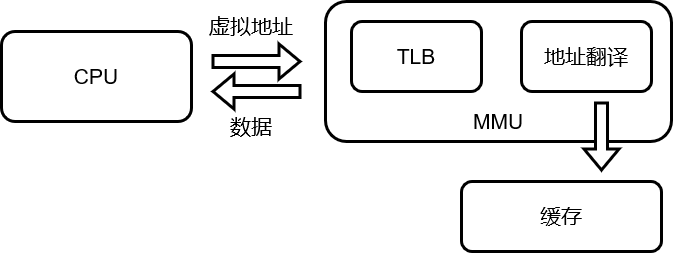
Before: latex/paper/figures/mem_structrue.png, a diagram exported from draw.io (toughpig/paper). Source tidied: cells renumbered, new cells last; positions are measured from the earlier drawing's top-left corner, leaving out a move shared by most shapes. The source it was exported from:
```xml
<mxGraphModel>
  <root>
    <mxCell id="0" />
    <mxCell id="1" parent="0" />
    <mxCell id="2" value="CPU" style="rounded=1;whiteSpace=wrap;html=1;strokeWidth=3;fontSize=21;" parent="1" vertex="1">
      <mxGeometry y="30" width="190" height="90" as="geometry" />
    </mxCell>
    <mxCell id="3" style="shape=flexArrow;endArrow=classic;html=1;rounded=0;fontSize=21;strokeWidth=3;" parent="1" edge="1">
      <mxGeometry relative="1" as="geometry">
        <mxPoint x="210" y="60" as="sourcePoint" />
        <mxPoint x="300" y="60" as="targetPoint" />
      </mxGeometry>
    </mxCell>
    <mxCell id="4" style="shape=flexArrow;endArrow=classic;html=1;rounded=0;fontSize=21;strokeWidth=3;" parent="1" edge="1">
      <mxGeometry relative="1" as="geometry">
        <mxPoint x="300" y="90" as="sourcePoint" />
        <mxPoint x="210" y="90" as="targetPoint" />
      </mxGeometry>
    </mxCell>
    <mxCell id="5" value="虚拟地址" style="rounded=1;whiteSpace=wrap;html=1;strokeWidth=3;fontSize=21;fillOpacity=0;opacity=0;" parent="1" vertex="1">
      <mxGeometry x="190" width="120" height="50" as="geometry" />
    </mxCell>
    <mxCell id="6" value="数据" style="rounded=1;whiteSpace=wrap;html=1;strokeWidth=3;fontSize=21;fillOpacity=0;opacity=0;" parent="1" vertex="1">
      <mxGeometry x="190" y="100" width="120" height="50" as="geometry" />
    </mxCell>
    <mxCell id="7" value="&lt;div&gt;&lt;br&gt;&lt;/div&gt;&lt;div&gt;&lt;br&gt;&lt;/div&gt;&lt;div&gt;&lt;br&gt;&lt;/div&gt;&lt;div&gt;&lt;br&gt;&lt;/div&gt;&lt;div&gt;MMU&lt;br&gt;&lt;/div&gt;" style="rounded=1;whiteSpace=wrap;html=1;strokeWidth=3;fontSize=21;" parent="1" vertex="1">
      <mxGeometry x="324" width="346" height="140" as="geometry" />
    </mxCell>
    <mxCell id="8" value="TLB" style="rounded=1;whiteSpace=wrap;html=1;strokeWidth=3;fontSize=21;" parent="1" vertex="1">
      <mxGeometry x="350" y="20" width="130" height="70" as="geometry" />
    </mxCell>
    <mxCell id="9" value="地址翻译" style="rounded=1;whiteSpace=wrap;html=1;strokeWidth=3;fontSize=21;" parent="1" vertex="1">
      <mxGeometry x="520" y="20" width="130" height="70" as="geometry" />
    </mxCell>
    <mxCell id="10" value="缓存" style="rounded=1;whiteSpace=wrap;html=1;strokeWidth=3;fontSize=21;" parent="1" vertex="1">
      <mxGeometry x="460" y="180" width="200" height="70" as="geometry" />
    </mxCell>
    <mxCell id="11" style="shape=flexArrow;endArrow=classic;html=1;rounded=0;fontSize=21;strokeWidth=3;fillColor=default;" parent="1" edge="1">
      <mxGeometry relative="1" as="geometry">
        <mxPoint x="600" y="100" as="sourcePoint" />
        <mxPoint x="600" y="170" as="targetPoint" />
      </mxGeometry>
    </mxCell>
  </root>
</mxGraphModel>
```
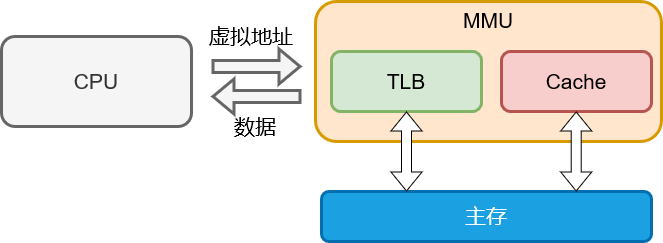
The same diagram one commit later.

Change to the diagram source:
```diff
@@ -2,44 +2,49 @@
   <root>
     <mxCell id="0" />
     <mxCell id="1" parent="0" />
-    <mxCell id="2" value="CPU" style="rounded=1;whiteSpace=wrap;html=1;strokeWidth=3;fontSize=21;" parent="1" vertex="1">
-      <mxGeometry y="30" width="190" height="90" as="geometry" />
+    <mxCell id="2" value="CPU" style="rounded=1;whiteSpace=wrap;html=1;strokeWidth=3;fontSize=21;fillColor=#f5f5f5;fontColor=#333333;strokeColor=#666666;" parent="1" vertex="1">
+      <mxGeometry x="10" y="15" width="190" height="90" as="geometry" />
     </mxCell>
-    <mxCell id="3" style="shape=flexArrow;endArrow=classic;html=1;rounded=0;fontSize=21;strokeWidth=3;" parent="1" edge="1">
+    <mxCell id="3" style="shape=flexArrow;endArrow=classic;html=1;rounded=0;fontSize=21;strokeWidth=3;fillColor=#f5f5f5;strokeColor=#666666;" parent="1" edge="1">
       <mxGeometry relative="1" as="geometry">
-        <mxPoint x="210" y="60" as="sourcePoint" />
-        <mxPoint x="300" y="60" as="targetPoint" />
+        <mxPoint x="220" y="45" as="sourcePoint" />
+        <mxPoint x="310" y="45" as="targetPoint" />
       </mxGeometry>
     </mxCell>
-    <mxCell id="4" style="shape=flexArrow;endArrow=classic;html=1;rounded=0;fontSize=21;strokeWidth=3;" parent="1" edge="1">
+    <mxCell id="4" style="shape=flexArrow;endArrow=classic;html=1;rounded=0;fontSize=21;strokeWidth=3;fillColor=#f5f5f5;strokeColor=#666666;" parent="1" edge="1">
       <mxGeometry relative="1" as="geometry">
-        <mxPoint x="300" y="90" as="sourcePoint" />
-        <mxPoint x="210" y="90" as="targetPoint" />
+        <mxPoint x="310" y="75" as="sourcePoint" />
+        <mxPoint x="220" y="75" as="targetPoint" />
       </mxGeometry>
     </mxCell>
     <mxCell id="5" value="虚拟地址" style="rounded=1;whiteSpace=wrap;html=1;strokeWidth=3;fontSize=21;fillOpacity=0;opacity=0;" parent="1" vertex="1">
-      <mxGeometry x="190" width="120" height="50" as="geometry" />
+      <mxGeometry x="200" y="-10" width="120" height="50" as="geometry" />
     </mxCell>
     <mxCell id="6" value="数据" style="rounded=1;whiteSpace=wrap;html=1;strokeWidth=3;fontSize=21;fillOpacity=0;opacity=0;" parent="1" vertex="1">
-      <mxGeometry x="190" y="100" width="120" height="50" as="geometry" />
+      <mxGeometry x="204" y="80" width="120" height="50" as="geometry" />
     </mxCell>
-    <mxCell id="7" value="&lt;div&gt;&lt;br&gt;&lt;/div&gt;&lt;div&gt;&lt;br&gt;&lt;/div&gt;&lt;div&gt;&lt;br&gt;&lt;/div&gt;&lt;div&gt;&lt;br&gt;&lt;/div&gt;&lt;div&gt;MMU&lt;br&gt;&lt;/div&gt;" style="rounded=1;whiteSpace=wrap;html=1;strokeWidth=3;fontSize=21;" parent="1" vertex="1">
-      <mxGeometry x="324" width="346" height="140" as="geometry" />
+    <mxCell id="7" value="&lt;div&gt;MMU&lt;br&gt;&lt;/div&gt;&lt;div&gt;&lt;br&gt;&lt;/div&gt;&lt;div&gt;&lt;br&gt;&lt;/div&gt;&lt;div&gt;&lt;br&gt;&lt;/div&gt;&lt;div&gt;&lt;br&gt;&lt;/div&gt;" style="rounded=1;whiteSpace=wrap;html=1;strokeWidth=3;fontSize=21;fillColor=#ffe6cc;strokeColor=#d79b00;" parent="1" vertex="1">
+      <mxGeometry x="324" y="-20" width="346" height="140" as="geometry" />
     </mxCell>
-    <mxCell id="8" value="TLB" style="rounded=1;whiteSpace=wrap;html=1;strokeWidth=3;fontSize=21;" parent="1" vertex="1">
-      <mxGeometry x="350" y="20" width="130" height="70" as="geometry" />
+    <mxCell id="8" value="TLB" style="rounded=1;whiteSpace=wrap;html=1;strokeWidth=3;fontSize=21;fillColor=#d5e8d4;strokeColor=#82b366;" parent="1" vertex="1">
+      <mxGeometry x="340" y="30" width="150" height="60" as="geometry" />
     </mxCell>
-    <mxCell id="9" value="地址翻译" style="rounded=1;whiteSpace=wrap;html=1;strokeWidth=3;fontSize=21;" parent="1" vertex="1">
-      <mxGeometry x="520" y="20" width="130" height="70" as="geometry" />
+    <mxCell id="9" value="Cache" style="rounded=1;whiteSpace=wrap;html=1;strokeWidth=3;fontSize=21;fillColor=#f8cecc;strokeColor=#b85450;" parent="1" vertex="1">
+      <mxGeometry x="510" y="30" width="150" height="60" as="geometry" />
     </mxCell>
-    <mxCell id="10" value="缓存" style="rounded=1;whiteSpace=wrap;html=1;strokeWidth=3;fontSize=21;" parent="1" vertex="1">
-      <mxGeometry x="460" y="180" width="200" height="70" as="geometry" />
+    <mxCell id="10" value="主存" style="rounded=1;whiteSpace=wrap;html=1;strokeWidth=3;fontSize=21;fillColor=#1ba1e2;strokeColor=#006EAF;fontColor=#ffffff;" parent="1" vertex="1">
+      <mxGeometry x="330" y="170" width="330" height="50" as="geometry" />
     </mxCell>
-    <mxCell id="11" style="shape=flexArrow;endArrow=classic;html=1;rounded=0;fontSize=21;strokeWidth=3;fillColor=default;" parent="1" edge="1">
-      <mxGeometry relative="1" as="geometry">
-        <mxPoint x="600" y="100" as="sourcePoint" />
-        <mxPoint x="600" y="170" as="targetPoint" />
-      </mxGeometry>
-    </mxCell>
+    <mxCell id="12" style="shape=flexArrow;endArrow=classic;startArrow=classic;html=1;rounded=0;entryX=0.5;entryY=1;entryDx=0;entryDy=0;fillColor=default;" parent="1" edge="1" target="8">
+      <mxGeometry relative="1" as="geometry">
+        <mxPoint x="415" y="170" as="sourcePoint" />
+      </mxGeometry>
+    </mxCell>
+    <mxCell id="13" style="shape=flexArrow;endArrow=classic;startArrow=classic;html=1;rounded=0;entryX=0.5;entryY=1;entryDx=0;entryDy=0;fillColor=default;" parent="1" edge="1">
+      <mxGeometry relative="1" as="geometry">
+        <mxPoint x="584.7" y="170" as="sourcePoint" />
+        <mxPoint x="584.7" y="90" as="targetPoint" />
+      </mxGeometry>
+    </mxCell>
   </root>
 </mxGraphModel>
```
